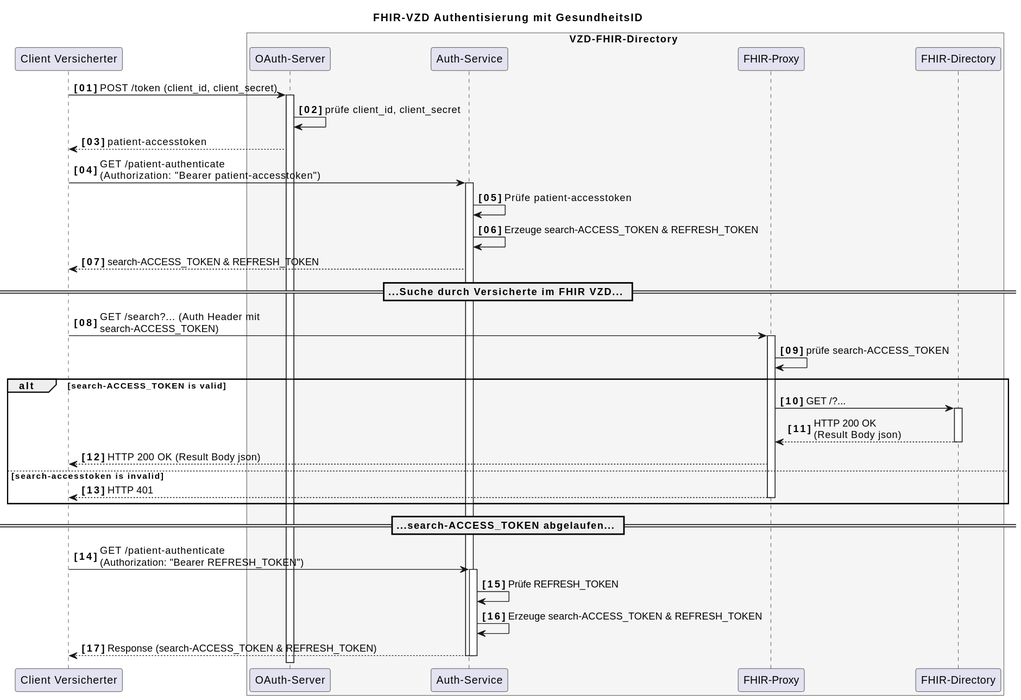
gematik/api-vzd keeps this PlantUML diagram as images/diagrams/SequenceDiagram.FHIR-Directory.fdv.search.svg. Above is the earlier version.
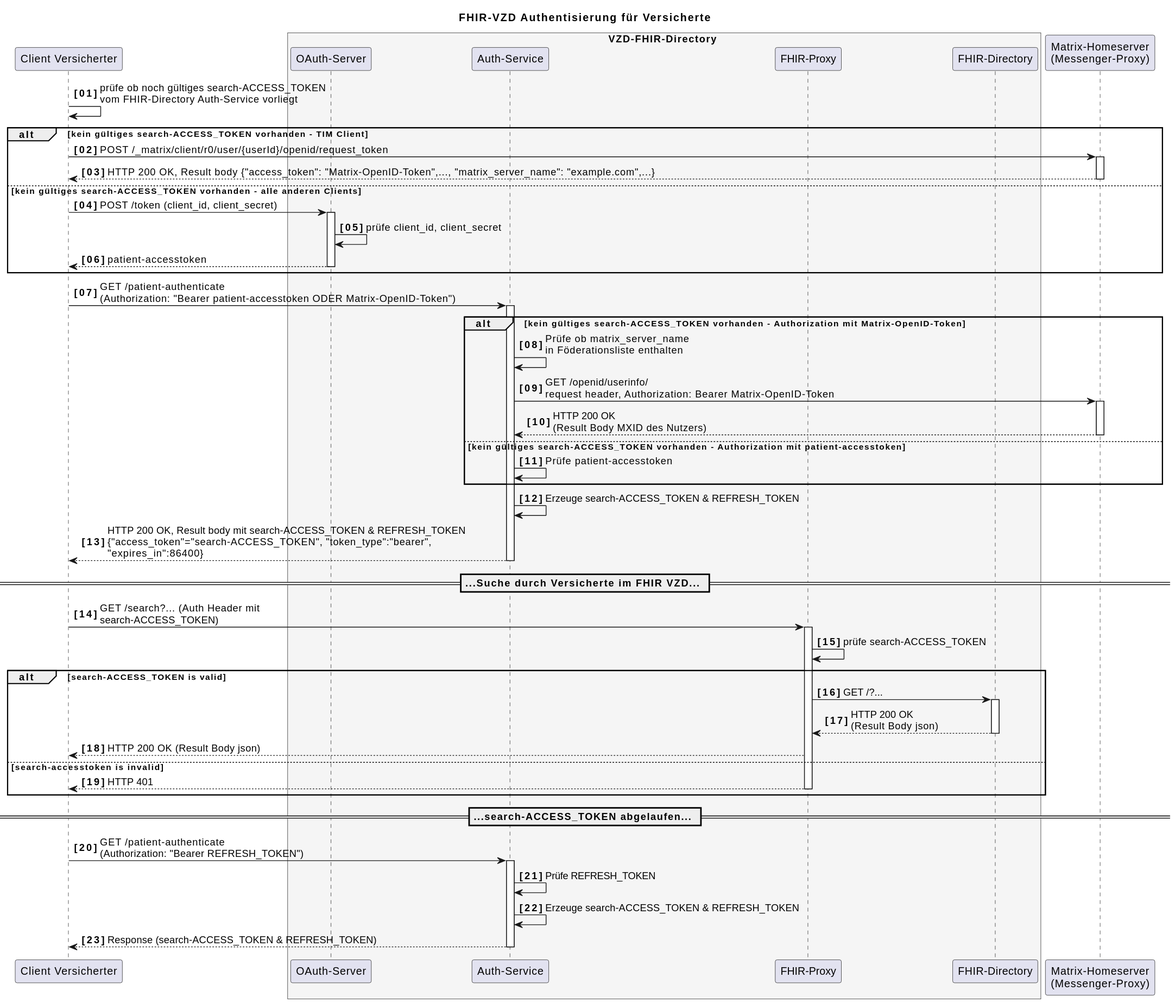
After the commit.

Commit message:
Commit from GitHub Actions (GeneratePlantumlImages)

The edit, as a diff of the source:
```diff
@@ -1,6 +1,6 @@
 @startuml
 autonumber 1 1 "<b>[00]"
-title "FHIR-VZD Authentisierung mit GesundheitsID"
+title "FHIR-VZD Authentisierung für Versicherte"
 
 participant VClient as "Client Versicherter"
 
@@ -11,15 +11,40 @@
     participant fd as "FHIR-Directory"
 end box
 
+participant hs as "Matrix-Homeserver\n(Messenger-Proxy)"
 
+VClient-> VClient: prüfe ob noch gültiges search-ACCESS_TOKEN\nvom FHIR-Directory Auth-Service vorliegt
+
+alt kein gültiges search-ACCESS_TOKEN vorhanden - TIM Client
+VClient-> hs: POST /_matrix/client/r0/user/{userId}/openid/request_token
+activate hs
+hs --> VClient: HTTP 200 OK, Result body {"access_token": "Matrix-OpenID-Token",..., "matrix_server_name": "example.com",...}
+deactivate hs
+ else kein gültiges search-ACCESS_TOKEN vorhanden - alle anderen Clients
 VClient->VzdOAuth++: POST /token (client_id, client_secret)
 VzdOAuth->VzdOAuth: prüfe client_id, client_secret
 VzdOAuth-->VClient: patient-accesstoken
+deactivate VzdOAuth
+end
 
-VClient->VzdAuth++: GET /patient-authenticate \n(Authorization: "Bearer patient-accesstoken")
+VClient->VzdAuth++: GET /patient-authenticate \n(Authorization: "Bearer patient-accesstoken ODER Matrix-OpenID-Token")
+
+alt kein gültiges search-ACCESS_TOKEN vorhanden - Authorization mit Matrix-OpenID-Token
+
+VzdAuth-> VzdAuth: Prüfe ob matrix_server_name\nin Föderationsliste enthalten
+VzdAuth-> hs: GET /openid/userinfo/\nrequest header, Authorization: Bearer Matrix-OpenID-Token
+activate hs
+hs --> VzdAuth: HTTP 200 OK\n(Result Body MXID des Nutzers)
+deactivate hs
+
+ else kein gültiges search-ACCESS_TOKEN vorhanden - Authorization mit patient-accesstoken
+
 VzdAuth->VzdAuth: Prüfe patient-accesstoken
+end
+
 VzdAuth->VzdAuth: Erzeuge search-ACCESS_TOKEN & REFRESH_TOKEN
-VzdAuth-->VClient: search-ACCESS_TOKEN & REFRESH_TOKEN
+VzdAuth--> VClient: HTTP 200 OK, Result body mit search-ACCESS_TOKEN & REFRESH_TOKEN\n{"access_token"="search-ACCESS_TOKEN", "token_type":"bearer",\n"expires_in":86400}
+deactivate VzdAuth
 
 == ...Suche durch Versicherte im FHIR VZD... ==
 
```
